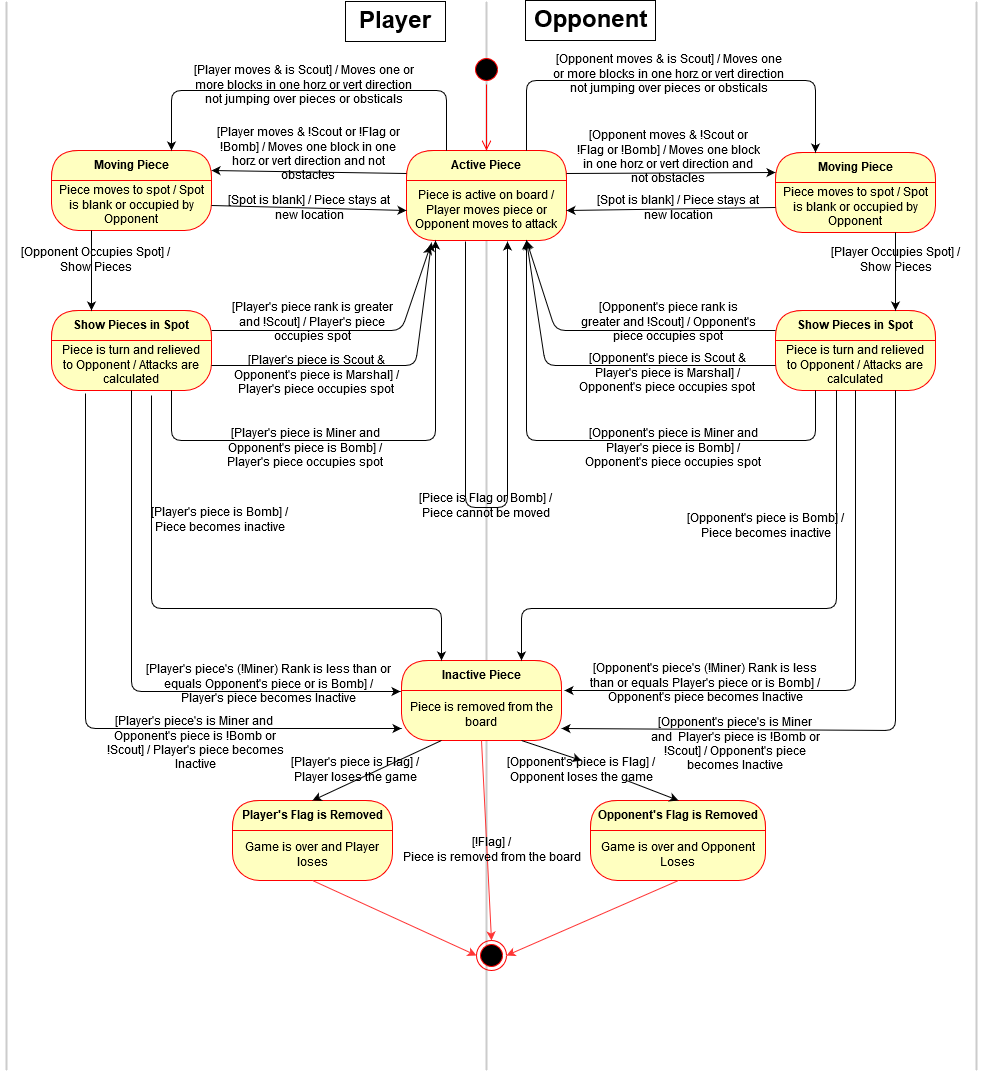
The draw.io diagram uml/StateDiagram.png in blparri1/216-stratego, before a commit. Source tidied: cells renumbered, new cells last; positions are measured from the earlier drawing's top-left corner, leaving out a move shared by most shapes.
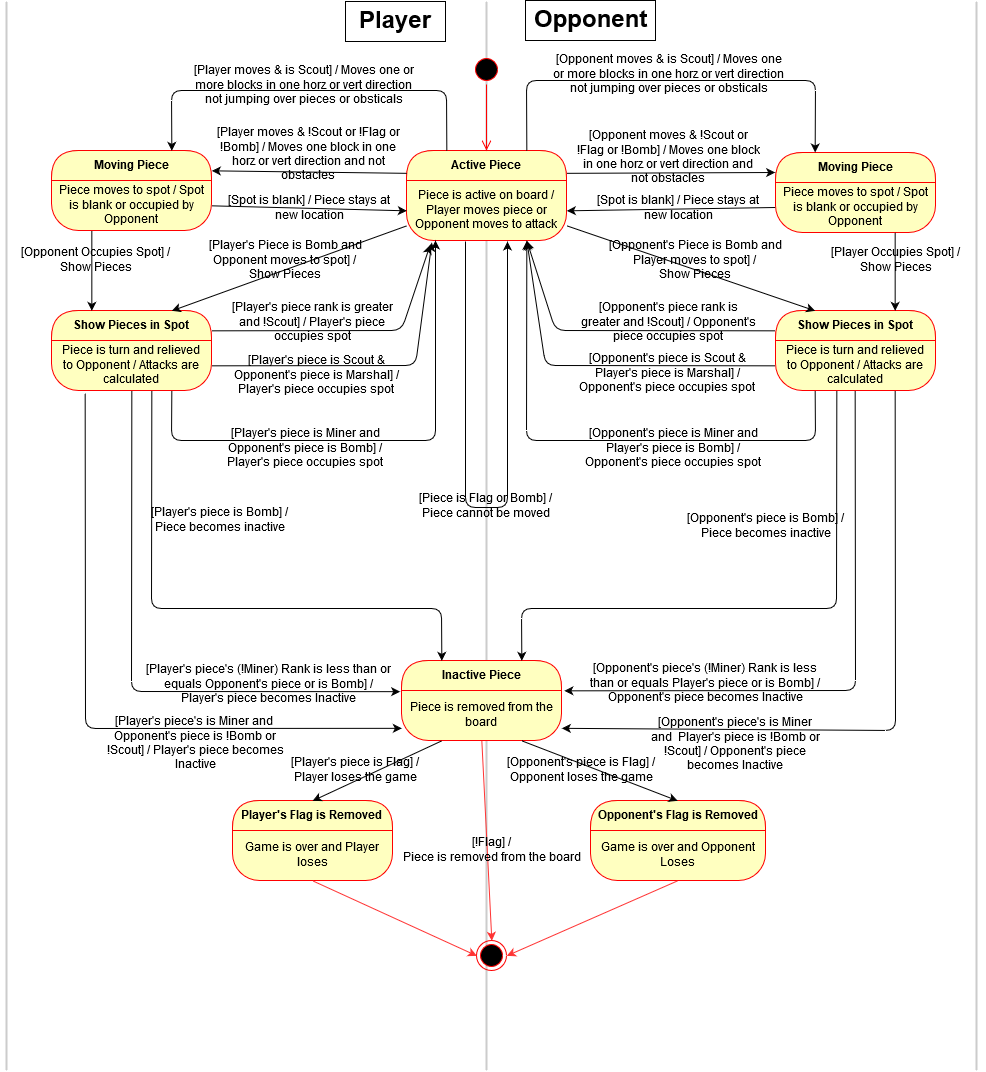
The same diagram one commit later.

Commit message:
Last (hopfully) update to State UML

Updated Bomb states again.  Make sure to include a way for the Bomb to
move from Active Piece state to Show Pieces state.

Change to the diagram source:
```diff
@@ -306,7 +306,7 @@
     <mxCell id="80" style="line;strokeWidth=2;direction=south;html=1;strokeColor=#CCCCCC;" parent="1" vertex="1">
       <mxGeometry y="1" width="10" height="1069" as="geometry" />
     </mxCell>
-    <mxCell id="81" style="endArrow=classic;html=1;strokeColor=#000000;exitX=0.625;exitY=1.1;exitPerimeter=0;entryX=0.25;entryY=0;" parent="1" edge="1" source="5" target="25">
+    <mxCell id="81" style="endArrow=classic;html=1;strokeColor=#000000;exitX=0.627;exitY=1;exitPerimeter=0;entryX=0.25;entryY=0;" parent="1" edge="1" source="5" target="25">
       <mxGeometry relative="1" as="geometry">
         <Array as="points">
           <mxPoint x="150" y="608" />
@@ -326,17 +326,26 @@
     <mxCell id="85" value="In library collection" style="text;html=1;strokeColor=none;fillColor=none;align=center;verticalAlign=middle;spacingLeft=4;spacingRight=4;whiteSpace=wrap;overflow=hidden;" parent="83" vertex="1">
       <mxGeometry y="80" width="175" as="geometry" />
     </mxCell>
-    <mxCell id="86" style="endArrow=classic;html=1;strokeColor=#000000;exitX=0.75;exitY=1;entryX=0.5;entryY=0;" parent="1" edge="1" source="87" target="83">
-      <mxGeometry relative="1" as="geometry" />
-    </mxCell>
     <mxCell id="87" value="[Opponent's piece is Flag] /&lt;br&gt;Opponent loses the game" style="text;html=1;strokeColor=none;fillColor=none;align=center;verticalAlign=middle;whiteSpace=wrap;" parent="1" vertex="1">
       <mxGeometry x="490" y="760" width="180" height="20" as="geometry" />
     </mxCell>
-    <mxCell id="88" style="endArrow=classic;html=1;strokeColor=#000000;exitX=0.75;exitY=1;entryX=0.5;entryY=0;" parent="1" edge="1" source="26" target="87">
+    <mxCell id="88" style="endArrow=classic;html=1;strokeColor=#000000;exitX=0.75;exitY=1;entryX=0.5;entryY=0;" parent="1" edge="1" source="26" target="83">
       <mxGeometry relative="1" as="geometry" />
     </mxCell>
     <mxCell id="89" style="endArrow=classic;html=1;exitX=0.5;exitY=1;entryX=1;entryY=0.5;strokeColor=#FF3333;" parent="1" edge="1" source="84" target="12">
       <mxGeometry relative="1" as="geometry" />
     </mxCell>
+    <mxCell id="90" style="endArrow=classic;html=1;strokeColor=#000000;entryX=0.25;entryY=0;exitX=1;exitY=0.75;" parent="1" edge="1" source="10" target="60">
+      <mxGeometry relative="1" as="geometry" />
+    </mxCell>
+    <mxCell id="91" style="endArrow=classic;html=1;strokeColor=#000000;exitX=0;exitY=0.75;entryX=0.75;entryY=0;" parent="1" edge="1" source="10" target="4">
+      <mxGeometry relative="1" as="geometry" />
+    </mxCell>
+    <mxCell id="92" value="[Opponent's Piece is Bomb and Player moves to spot] /&lt;br&gt;Show Pieces" style="text;html=1;strokeColor=none;fillColor=none;align=center;verticalAlign=middle;whiteSpace=wrap;" parent="1" vertex="1">
+      <mxGeometry x="604" y="250" width="180" height="20" as="geometry" />
+    </mxCell>
+    <mxCell id="93" value="[Player's Piece is Bomb and Opponent moves to spot] /&lt;br&gt;Show Pieces" style="text;html=1;strokeColor=none;fillColor=none;align=center;verticalAlign=middle;whiteSpace=wrap;" parent="1" vertex="1">
+      <mxGeometry x="194" y="250" width="180" height="20" as="geometry" />
+    </mxCell>
   </root>
 </mxGraphModel>
```
